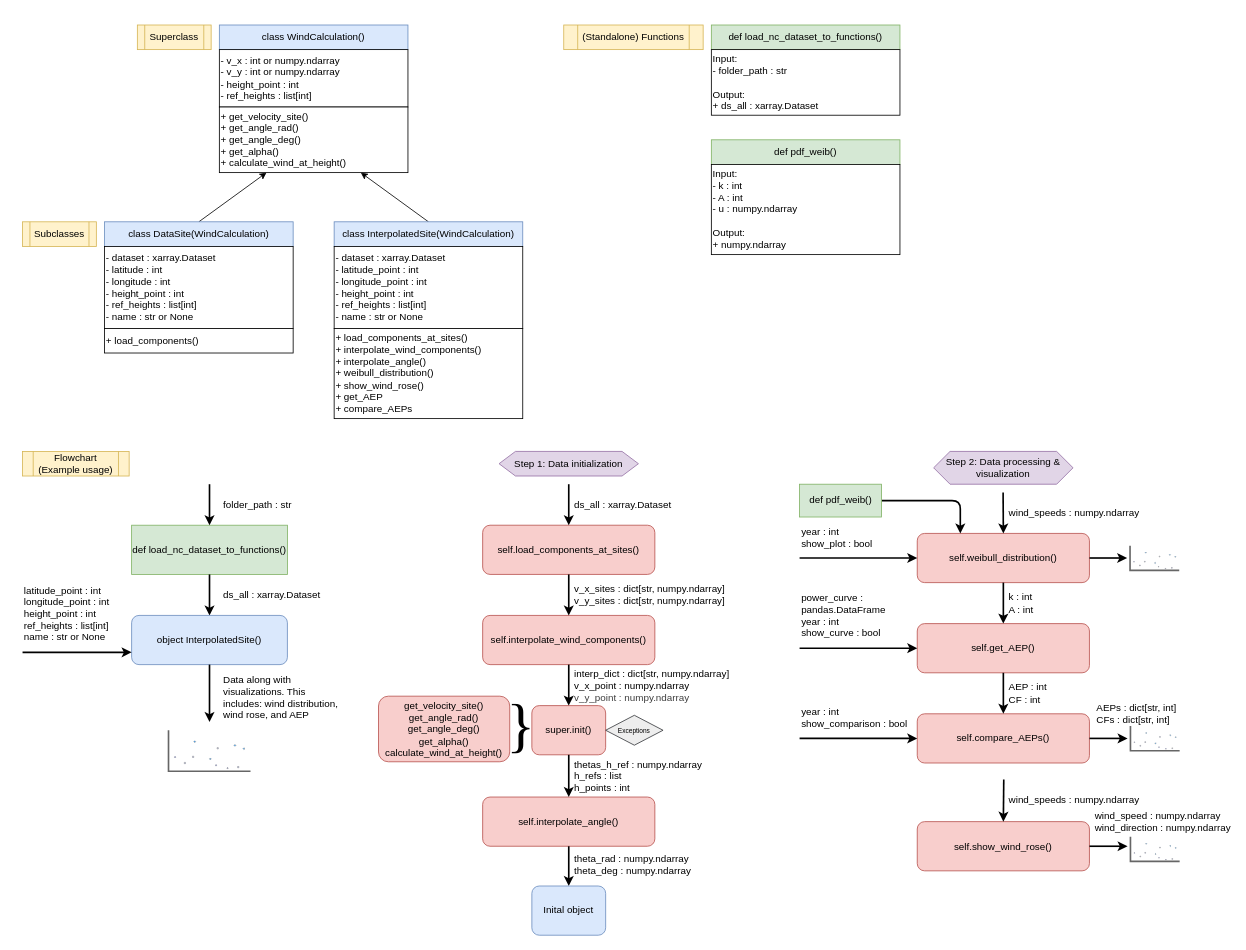
This is page "Overview" (1 of 3) of FunctionDiagram.drawio from DTUWindEducation/final-project-grustlers, a draw.io file, before an edit. Source tidied: cells renumbered, new cells numbered last; positions are measured from the earlier drawing's top-left corner, leaving out a move shared by most shapes. Both pictures are drawn from the tidied source at 82%, with x=0, y=0 at pixel (22, 25).
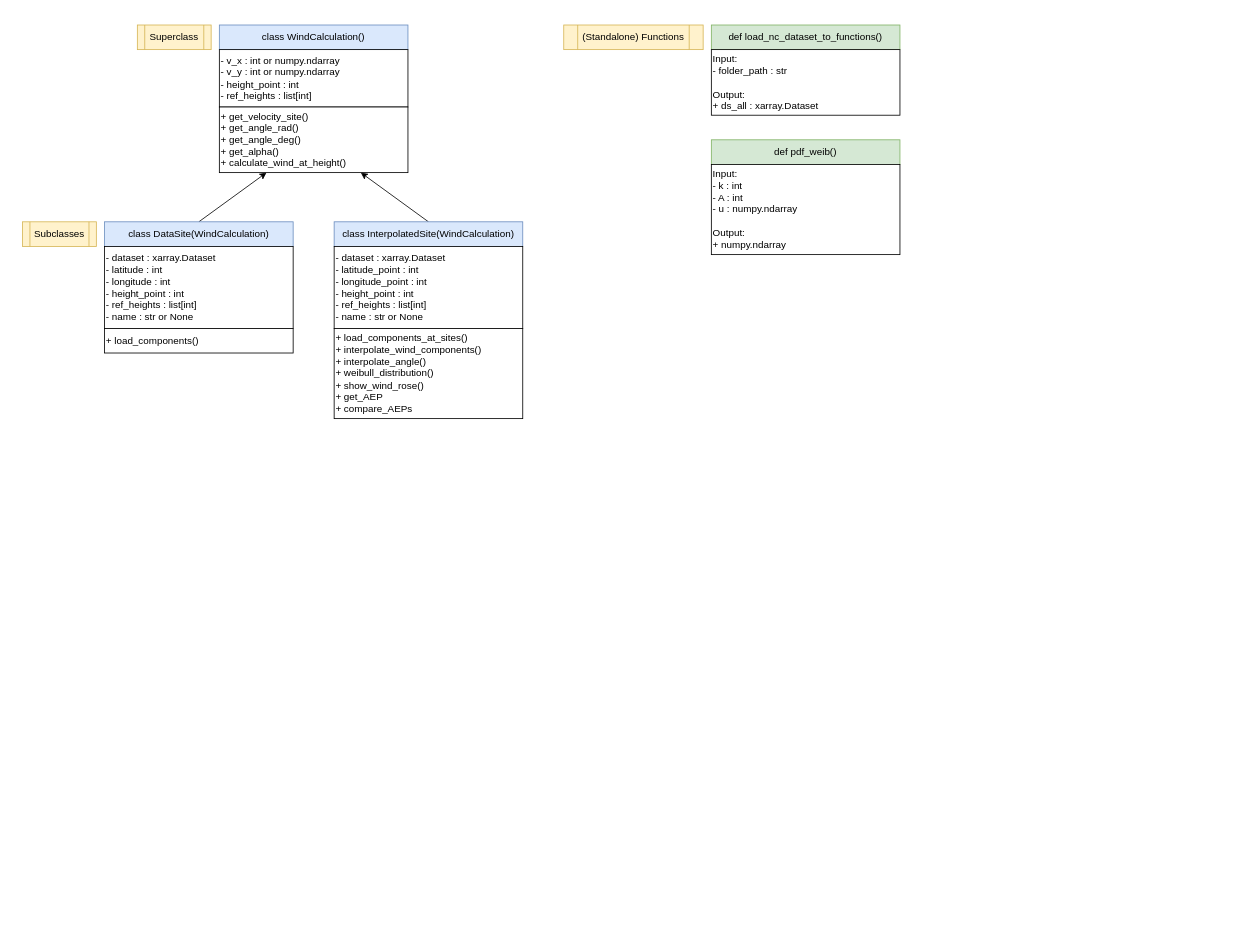
The same diagram, later.

Commit message (it also covers changes not shown here):
Added another diagram and finished the first draft of the README file which now also includes a section on the Git workflow

Diff of the diagram source:
```diff
@@
+    <mxCell id="80" style="rounded=0;whiteSpace=wrap;html=1;strokeColor=none;" parent="1" vertex="1">
+      <mxGeometry x="-10" y="-13.5" width="1090" height="503.5" as="geometry" />
+    </mxCell>
@@
-    <mxCell id="20" value="Flowchart (Example usage)" style="shape=process;whiteSpace=wrap;html=1;backgroundOutline=1;fillColor=#fff2cc;strokeColor=#d6b656;" parent="1" vertex="1">
-      <mxGeometry y="520" width="130" height="30" as="geometry" />
-    </mxCell>
-    <mxCell id="21" value="def load_nc_dataset_to_functions()" style="rounded=0;whiteSpace=wrap;html=1;fillColor=#d5e8d4;strokeColor=#82b366;" parent="1" vertex="1">
-      <mxGeometry x="133" y="610" width="190" height="60" as="geometry" />
-    </mxCell>
-    <mxCell id="22" style="endArrow=classic;html=1;entryX=0.5;entryY=0;entryDx=0;entryDy=0;strokeWidth=2;" parent="1" edge="1" target="21">
-      <mxGeometry relative="1" as="geometry">
-        <mxPoint x="228" y="560" as="sourcePoint" />
-      </mxGeometry>
-    </mxCell>
-    <mxCell id="23" value="folder_path : str" style="text;html=1;align=left;verticalAlign=middle;whiteSpace=wrap;rounded=0;" parent="1" vertex="1">
-      <mxGeometry x="243" y="570" width="150" height="30" as="geometry" />
-    </mxCell>
-    <mxCell id="24" style="endArrow=classic;html=1;entryX=0.5;entryY=0;entryDx=0;entryDy=0;strokeWidth=2;exitX=0.5;exitY=1;exitDx=0;exitDy=0;" parent="1" edge="1" source="21" target="26">
-      <mxGeometry relative="1" as="geometry" />
-    </mxCell>
-    <mxCell id="25" value="ds_all : xarray.Dataset" style="text;html=1;align=left;verticalAlign=middle;whiteSpace=wrap;rounded=0;" parent="1" vertex="1">
-      <mxGeometry x="243" y="680" width="150" height="30" as="geometry" />
-    </mxCell>
-    <mxCell id="26" value="object InterpolatedSite()" style="rounded=1;whiteSpace=wrap;html=1;fillColor=#dae8fc;strokeColor=#6c8ebf;" parent="1" vertex="1">
-      <mxGeometry x="133" y="720" width="190" height="60" as="geometry" />
-    </mxCell>
-    <mxCell id="27" style="endArrow=classic;html=1;entryX=0;entryY=0.75;entryDx=0;entryDy=0;strokeWidth=2;" parent="1" edge="1" target="26">
-      <mxGeometry relative="1" as="geometry">
-        <mxPoint y="765" as="sourcePoint" />
-      </mxGeometry>
-    </mxCell>
-    <mxCell id="28" style="endArrow=classic;html=1;strokeWidth=2;exitX=0.5;exitY=1;exitDx=0;exitDy=0;" parent="1" edge="1" source="26">
-      <mxGeometry relative="1" as="geometry">
-        <mxPoint x="228" y="850" as="targetPoint" />
-      </mxGeometry>
-    </mxCell>
-    <mxCell id="29" style="verticalLabelPosition=bottom;shadow=0;dashed=0;align=center;html=1;verticalAlign=top;strokeWidth=1;shape=mxgraph.mockup.graphics.plotChart;strokeColor=none;strokeColor2=#aaaaaa;strokeColor3=#666666;fillColor2=#99aaff,#0022ff,#008cff;" parent="1" vertex="1">
-      <mxGeometry x="178" y="860" width="100" height="50" as="geometry" />
-    </mxCell>
-    <mxCell id="30" value="Data along with visualizations. This includes: wind distribution, wind rose, and AEP" style="text;html=1;align=left;verticalAlign=middle;whiteSpace=wrap;rounded=0;" parent="1" vertex="1">
-      <mxGeometry x="243" y="790" width="150" height="60" as="geometry" />
-    </mxCell>
-    <mxCell id="31" value="self.load_components_at_sites()" style="rounded=1;whiteSpace=wrap;html=1;fillColor=#f8cecc;strokeColor=#b85450;" parent="1" vertex="1">
-      <mxGeometry x="561.1" y="610" width="210" height="60" as="geometry" />
-    </mxCell>
-    <mxCell id="32" value="self.interpolate_wind_components()" style="rounded=1;whiteSpace=wrap;html=1;fillColor=#f8cecc;strokeColor=#b85450;" parent="1" vertex="1">
-      <mxGeometry x="561.1" y="720" width="210" height="60" as="geometry" />
-    </mxCell>
-    <mxCell id="33" value="super.init()" style="rounded=1;whiteSpace=wrap;html=1;fillColor=#f8cecc;strokeColor=#b85450;" parent="1" vertex="1">
-      <mxGeometry x="621.1" y="830" width="90" height="60" as="geometry" />
-    </mxCell>
-    <mxCell id="34" value="self.interpolate_angle()" style="rounded=1;whiteSpace=wrap;html=1;fillColor=#f8cecc;strokeColor=#b85450;" parent="1" vertex="1">
-      <mxGeometry x="561.1" y="941.5" width="210" height="60" as="geometry" />
-    </mxCell>
-    <mxCell id="35" value="self.weibull_distribution()" style="rounded=1;whiteSpace=wrap;html=1;fillColor=#f8cecc;strokeColor=#b85450;" parent="1" vertex="1">
-      <mxGeometry x="1091.1" y="620" width="210" height="60" as="geometry" />
-    </mxCell>
-    <mxCell id="36" value="self.get_AEP()" style="rounded=1;whiteSpace=wrap;html=1;fillColor=#f8cecc;strokeColor=#b85450;" parent="1" vertex="1">
-      <mxGeometry x="1091.1" y="730" width="210" height="60" as="geometry" />
-    </mxCell>
-    <mxCell id="37" value="self.compare_AEPs()" style="rounded=1;whiteSpace=wrap;html=1;fillColor=#f8cecc;strokeColor=#b85450;" parent="1" vertex="1">
-      <mxGeometry x="1091.1" y="840" width="210" height="60" as="geometry" />
-    </mxCell>
-    <mxCell id="38" value="self.show_wind_rose()" style="rounded=1;whiteSpace=wrap;html=1;fillColor=#f8cecc;strokeColor=#b85450;" parent="1" vertex="1">
-      <mxGeometry x="1091.1" y="971.5" width="210" height="60" as="geometry" />
-    </mxCell>
-    <mxCell id="39" value="Step 1: Data initialization" style="shape=hexagon;perimeter=hexagonPerimeter2;whiteSpace=wrap;html=1;fixedSize=1;fillColor=#e1d5e7;strokeColor=#9673a6;" parent="1" vertex="1">
-      <mxGeometry x="581.1" y="520" width="170" height="30" as="geometry" />
-    </mxCell>
-    <mxCell id="40" value="Step 2: Data processing &amp;amp; visualization" style="shape=hexagon;perimeter=hexagonPerimeter2;whiteSpace=wrap;html=1;fixedSize=1;fillColor=#e1d5e7;strokeColor=#9673a6;" parent="1" vertex="1">
-      <mxGeometry x="1111.1" y="520" width="170" height="40" as="geometry" />
-    </mxCell>
-    <mxCell id="41" style="endArrow=classic;html=1;strokeWidth=2;exitX=0.5;exitY=1;exitDx=0;exitDy=0;entryX=0.5;entryY=0;entryDx=0;entryDy=0;" parent="1" edge="1" source="33" target="34">
-      <mxGeometry relative="1" as="geometry" />
-    </mxCell>
-    <mxCell id="42" style="endArrow=classic;html=1;strokeWidth=2;exitX=0.5;exitY=1;exitDx=0;exitDy=0;entryX=0.5;entryY=0;entryDx=0;entryDy=0;" parent="1" edge="1" source="34" target="56">
-      <mxGeometry relative="1" as="geometry" />
-    </mxCell>
-    <mxCell id="43" style="endArrow=classic;html=1;entryX=0.5;entryY=0;entryDx=0;entryDy=0;strokeWidth=2;" parent="1" edge="1" target="31">
-      <mxGeometry relative="1" as="geometry">
-        <mxPoint x="666.1" y="560" as="sourcePoint" />
-      </mxGeometry>
-    </mxCell>
-    <mxCell id="44" style="endArrow=classic;html=1;entryX=0.5;entryY=0;entryDx=0;entryDy=0;strokeWidth=2;exitX=0.5;exitY=1;exitDx=0;exitDy=0;" parent="1" edge="1" source="31" target="32">
-      <mxGeometry relative="1" as="geometry" />
-    </mxCell>
-    <mxCell id="45" style="endArrow=classic;html=1;entryX=0.5;entryY=0;entryDx=0;entryDy=0;strokeWidth=2;exitX=0.5;exitY=1;exitDx=0;exitDy=0;" parent="1" edge="1" source="32" target="33">
-      <mxGeometry relative="1" as="geometry" />
-    </mxCell>
-    <mxCell id="46" style="endArrow=classic;html=1;entryX=0;entryY=0.5;entryDx=0;entryDy=0;strokeWidth=2;" parent="1" edge="1" target="35">
-      <mxGeometry relative="1" as="geometry">
-        <mxPoint x="947.6" y="650" as="sourcePoint" />
-      </mxGeometry>
-    </mxCell>
-    <mxCell id="47" style="endArrow=classic;html=1;strokeWidth=2;exitX=1;exitY=0.5;exitDx=0;exitDy=0;" parent="1" edge="1" source="38">
-      <mxGeometry relative="1" as="geometry">
-        <mxPoint x="1347.6" y="1001.5" as="targetPoint" />
-      </mxGeometry>
-    </mxCell>
-    <mxCell id="48" style="endArrow=classic;html=1;entryX=0;entryY=0.5;entryDx=0;entryDy=0;strokeWidth=2;" parent="1" edge="1" target="37">
-      <mxGeometry relative="1" as="geometry">
-        <mxPoint x="947.6" y="870" as="sourcePoint" />
-      </mxGeometry>
-    </mxCell>
-    <mxCell id="49" style="endArrow=classic;html=1;entryX=0.25;entryY=0;entryDx=0;entryDy=0;strokeWidth=2;exitX=1;exitY=0.5;exitDx=0;exitDy=0;" parent="1" edge="1" source="50" target="35">
-      <mxGeometry relative="1" as="geometry">
-        <Array as="points">
-          <mxPoint x="1143.6" y="580" />
-        </Array>
-      </mxGeometry>
-    </mxCell>
-    <mxCell id="50" value="def pdf_weib()" style="rounded=0;whiteSpace=wrap;html=1;fillColor=#d5e8d4;strokeColor=#82b366;" parent="1" vertex="1">
-      <mxGeometry x="947.6" y="560" width="100" height="40" as="geometry" />
-    </mxCell>
-    <mxCell id="51" value="&lt;span style=&quot;color: rgb(0, 0, 0);&quot;&gt;get_velocity_site()&lt;/span&gt;&lt;div style=&quot;&quot;&gt;get_angle_rad()&lt;/div&gt;&lt;div style=&quot;&quot;&gt;get_angle_deg()&lt;/div&gt;&lt;div style=&quot;&quot;&gt;get_alpha()&lt;/div&gt;&lt;div style=&quot;&quot;&gt;calculate_wind_at_height()&lt;/div&gt;" style="rounded=1;whiteSpace=wrap;html=1;fillColor=#f8cecc;strokeColor=#b85450;align=center;" parent="1" vertex="1">
-      <mxGeometry x="434.1" y="818.5" width="160" height="80" as="geometry" />
-    </mxCell>
-    <mxCell id="52" value="&lt;font style=&quot;font-size: 72px;&quot;&gt;}&lt;/font&gt;" style="text;html=1;align=center;verticalAlign=middle;whiteSpace=wrap;rounded=0;fontStyle=0;fontFamily=Times New Roman;" parent="1" vertex="1">
-      <mxGeometry x="578.1" y="813.5" width="60" height="80" as="geometry" />
-    </mxCell>
-    <mxCell id="53" value="v_x_sites : dict[str, numpy.ndarray]&lt;div&gt;v_y_sites : dict[str, numpy.ndarray]&lt;u&gt;&lt;/u&gt;&lt;/div&gt;" style="text;html=1;align=left;verticalAlign=middle;whiteSpace=wrap;rounded=0;" parent="1" vertex="1">
-      <mxGeometry x="671.1" y="680" width="186.5" height="30" as="geometry" />
-    </mxCell>
-    <mxCell id="54" value="interp_dict : dict[str, numpy.ndarray]&lt;div&gt;v_x_point : numpy.ndarray&lt;/div&gt;&lt;div&gt;&lt;span style=&quot;color: rgb(63, 63, 63);&quot;&gt;v_y_point : numpy.ndarray&lt;/span&gt;&lt;u&gt;&lt;/u&gt;&lt;/div&gt;" style="text;html=1;align=left;verticalAlign=middle;whiteSpace=wrap;rounded=0;" parent="1" vertex="1">
-      <mxGeometry x="671.1" y="780" width="196.5" height="51.5" as="geometry" />
-    </mxCell>
-    <mxCell id="55" style="endArrow=classic;html=1;entryX=0.5;entryY=0;entryDx=0;entryDy=0;strokeWidth=2;exitX=0.5;exitY=1;exitDx=0;exitDy=0;" parent="1" edge="1" source="35" target="36">
-      <mxGeometry relative="1" as="geometry" />
-    </mxCell>
-    <mxCell id="56" value="Inital object" style="rounded=1;whiteSpace=wrap;html=1;fillColor=#dae8fc;strokeColor=#6c8ebf;" parent="1" vertex="1">
-      <mxGeometry x="621.1" y="1050" width="90" height="60" as="geometry" />
-    </mxCell>
-    <mxCell id="57" style="endArrow=classic;html=1;strokeWidth=2;exitX=0.5;exitY=1;exitDx=0;exitDy=0;entryX=0.5;entryY=0;entryDx=0;entryDy=0;" parent="1" edge="1" source="36" target="37">
-      <mxGeometry relative="1" as="geometry" />
-    </mxCell>
-    <mxCell id="58" style="endArrow=classic;html=1;strokeWidth=2;entryX=0;entryY=0.5;entryDx=0;entryDy=0;" parent="1" edge="1" target="36">
-      <mxGeometry relative="1" as="geometry">
-        <mxPoint x="947.6" y="760" as="sourcePoint" />
-      </mxGeometry>
-    </mxCell>
-    <mxCell id="59" value="year : int&lt;div&gt;show_plot : bool&lt;/div&gt;" style="text;html=1;align=left;verticalAlign=middle;whiteSpace=wrap;rounded=0;" parent="1" vertex="1">
-      <mxGeometry x="947.6" y="610" width="130" height="30" as="geometry" />
-    </mxCell>
-    <mxCell id="60" style="endArrow=classic;html=1;entryX=0.5;entryY=0;entryDx=0;entryDy=0;strokeWidth=2;exitX=0.5;exitY=1;exitDx=0;exitDy=0;" parent="1" edge="1" target="35">
-      <mxGeometry relative="1" as="geometry">
-        <mxPoint x="1195.8" y="570" as="sourcePoint" />
-      </mxGeometry>
-    </mxCell>
-    <mxCell id="61" value="wind_speeds : numpy.ndarray" style="text;html=1;align=left;verticalAlign=middle;whiteSpace=wrap;rounded=0;" parent="1" vertex="1">
-      <mxGeometry x="1201.1" y="580" width="166.5" height="30" as="geometry" />
-    </mxCell>
-    <mxCell id="62" value="k : int&lt;div&gt;A : int&lt;/div&gt;" style="text;html=1;align=left;verticalAlign=middle;whiteSpace=wrap;rounded=0;" parent="1" vertex="1">
-      <mxGeometry x="1201.1" y="690" width="166.5" height="30" as="geometry" />
-    </mxCell>
-    <mxCell id="63" value="&lt;div&gt;power_curve : pandas.DataFrame&lt;/div&gt;year : int&lt;div&gt;show_curve : bool&lt;/div&gt;" style="text;html=1;align=left;verticalAlign=middle;whiteSpace=wrap;rounded=0;" parent="1" vertex="1">
-      <mxGeometry x="947.6" y="690" width="130" height="60" as="geometry" />
-    </mxCell>
-    <mxCell id="64" value="&lt;div&gt;latitude_point : int&lt;/div&gt;&lt;div&gt;longitude_point : int&lt;/div&gt;&lt;span style=&quot;background-color: transparent;&quot;&gt;height_point : int&lt;/span&gt;&lt;div&gt;ref_heights : list[int]&lt;/div&gt;&lt;div&gt;name : str or None&lt;/div&gt;" style="text;html=1;align=left;verticalAlign=middle;whiteSpace=wrap;rounded=0;" parent="1" vertex="1">
-      <mxGeometry y="680" width="150" height="75" as="geometry" />
-    </mxCell>
-    <mxCell id="65" value="year : int&lt;div&gt;show_comparison : bool&lt;/div&gt;" style="text;html=1;align=left;verticalAlign=middle;whiteSpace=wrap;rounded=0;" parent="1" vertex="1">
-      <mxGeometry x="947.6" y="830" width="140" height="30" as="geometry" />
-    </mxCell>
-    <mxCell id="66" value="&lt;font style=&quot;font-size: 8px;&quot;&gt;Exceptions&lt;/font&gt;" style="rhombus;whiteSpace=wrap;html=1;fillColor=#eeeeee;strokeColor=#36393d;" parent="1" vertex="1">
-      <mxGeometry x="711.1" y="841.8" width="70" height="36.5" as="geometry" />
-    </mxCell>
-    <mxCell id="67" value="AEP : int&lt;div&gt;CF : int&lt;/div&gt;" style="text;html=1;align=left;verticalAlign=middle;whiteSpace=wrap;rounded=0;" parent="1" vertex="1">
-      <mxGeometry x="1201.1" y="800" width="166.5" height="30" as="geometry" />
-    </mxCell>
-    <mxCell id="68" style="endArrow=classic;html=1;strokeWidth=2;exitX=1;exitY=0.5;exitDx=0;exitDy=0;" parent="1" edge="1" source="37">
-      <mxGeometry relative="1" as="geometry">
-        <mxPoint x="1347.6" y="870" as="targetPoint" />
-      </mxGeometry>
-    </mxCell>
-    <mxCell id="69" value="AEPs : dict[str, int]&lt;div&gt;CFs : dict[str, int]&lt;/div&gt;" style="text;html=1;align=left;verticalAlign=middle;whiteSpace=wrap;rounded=0;" parent="1" vertex="1">
-      <mxGeometry x="1307.6" y="825" width="166.5" height="30" as="geometry" />
-    </mxCell>
-    <mxCell id="70" value="wind_speed : numpy.ndarray&lt;div&gt;wind_direction :&amp;nbsp;&lt;span style=&quot;color: rgb(0, 0, 0); background-color: transparent;&quot;&gt;numpy.ndarray&lt;/span&gt;&lt;/div&gt;" style="text;html=1;align=left;verticalAlign=middle;whiteSpace=wrap;rounded=0;" parent="1" vertex="1">
-      <mxGeometry x="1305.9" y="956.5" width="170" height="30" as="geometry" />
-    </mxCell>
-    <mxCell id="71" value="wind_speeds : numpy.ndarray" style="text;html=1;align=left;verticalAlign=middle;whiteSpace=wrap;rounded=0;" parent="1" vertex="1">
-      <mxGeometry x="1201.1" y="930" width="166.5" height="30" as="geometry" />
-    </mxCell>
-    <mxCell id="72" style="endArrow=classic;html=1;strokeWidth=2;entryX=0.5;entryY=0;entryDx=0;entryDy=0;" parent="1" edge="1" target="38">
-      <mxGeometry relative="1" as="geometry">
-        <mxPoint x="1196.6" y="920" as="sourcePoint" />
-      </mxGeometry>
-    </mxCell>
-    <mxCell id="73" value="ds_all : xarray.Dataset" style="text;html=1;align=left;verticalAlign=middle;whiteSpace=wrap;rounded=0;" parent="1" vertex="1">
-      <mxGeometry x="671.1" y="570" width="150" height="30" as="geometry" />
-    </mxCell>
-    <mxCell id="74" value="thetas_h_ref : numpy.ndarray&lt;div&gt;h_refs : list&lt;/div&gt;&lt;div&gt;h_points : int&lt;/div&gt;" style="text;html=1;align=left;verticalAlign=middle;whiteSpace=wrap;rounded=0;" parent="1" vertex="1">
-      <mxGeometry x="671.1" y="890" width="196.5" height="51.5" as="geometry" />
-    </mxCell>
-    <mxCell id="75" value="theta_rad : numpy.ndarray&lt;div&gt;theta_deg : numpy.ndarray&lt;/div&gt;" style="text;html=1;align=left;verticalAlign=middle;whiteSpace=wrap;rounded=0;" parent="1" vertex="1">
-      <mxGeometry x="671.1" y="998.5" width="196.5" height="51.5" as="geometry" />
-    </mxCell>
-    <mxCell id="76" style="verticalLabelPosition=bottom;shadow=0;dashed=0;align=center;html=1;verticalAlign=top;strokeWidth=1;shape=mxgraph.mockup.graphics.plotChart;strokeColor=none;strokeColor2=#aaaaaa;strokeColor3=#666666;fillColor2=#99aaff,#0022ff,#008cff;" parent="1" vertex="1">
-      <mxGeometry x="1351.1" y="990" width="60" height="30" as="geometry" />
-    </mxCell>
-    <mxCell id="77" style="verticalLabelPosition=bottom;shadow=0;dashed=0;align=center;html=1;verticalAlign=top;strokeWidth=1;shape=mxgraph.mockup.graphics.plotChart;strokeColor=none;strokeColor2=#aaaaaa;strokeColor3=#666666;fillColor2=#99aaff,#0022ff,#008cff;" parent="1" vertex="1">
-      <mxGeometry x="1351.1" y="855" width="60" height="30" as="geometry" />
-    </mxCell>
-    <mxCell id="78" style="endArrow=classic;html=1;strokeWidth=2;exitX=1;exitY=0.5;exitDx=0;exitDy=0;" parent="1" edge="1" source="35">
-      <mxGeometry relative="1" as="geometry">
-        <mxPoint x="1347.1" y="650" as="targetPoint" />
-      </mxGeometry>
-    </mxCell>
-    <mxCell id="79" style="verticalLabelPosition=bottom;shadow=0;dashed=0;align=center;html=1;verticalAlign=top;strokeWidth=1;shape=mxgraph.mockup.graphics.plotChart;strokeColor=none;strokeColor2=#aaaaaa;strokeColor3=#666666;fillColor2=#99aaff,#0022ff,#008cff;" parent="1" vertex="1">
-      <mxGeometry x="1350.6" y="635" width="60" height="30" as="geometry" />
-    </mxCell>
```
